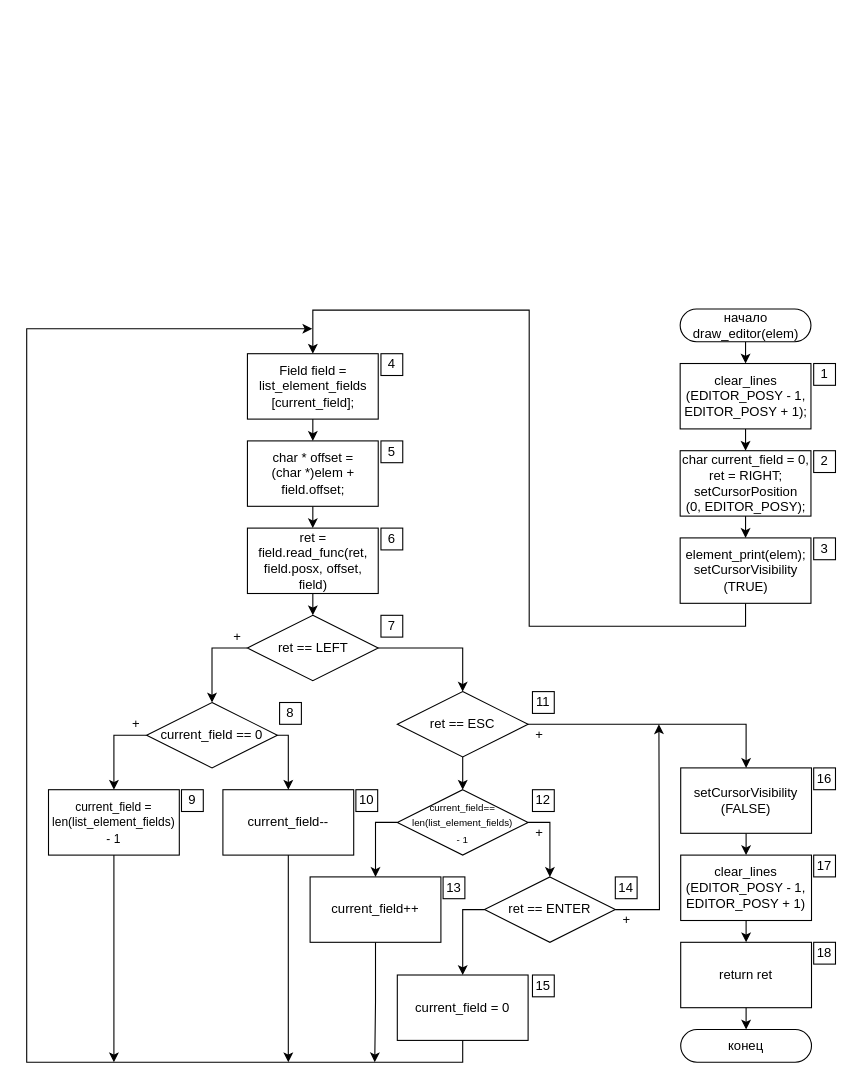
Above: ПЗ/Diagrams/draw_editor.drawio in Killfrra/AnP (draw.io), before the change. Source tidied: cells renumbered, new cells numbered last; positions are measured from the earlier drawing's top-left corner, leaving out a move shared by most shapes. Both pictures are drawn from the tidied source at 109%, with x=0, y=0 at pixel (26, 308).
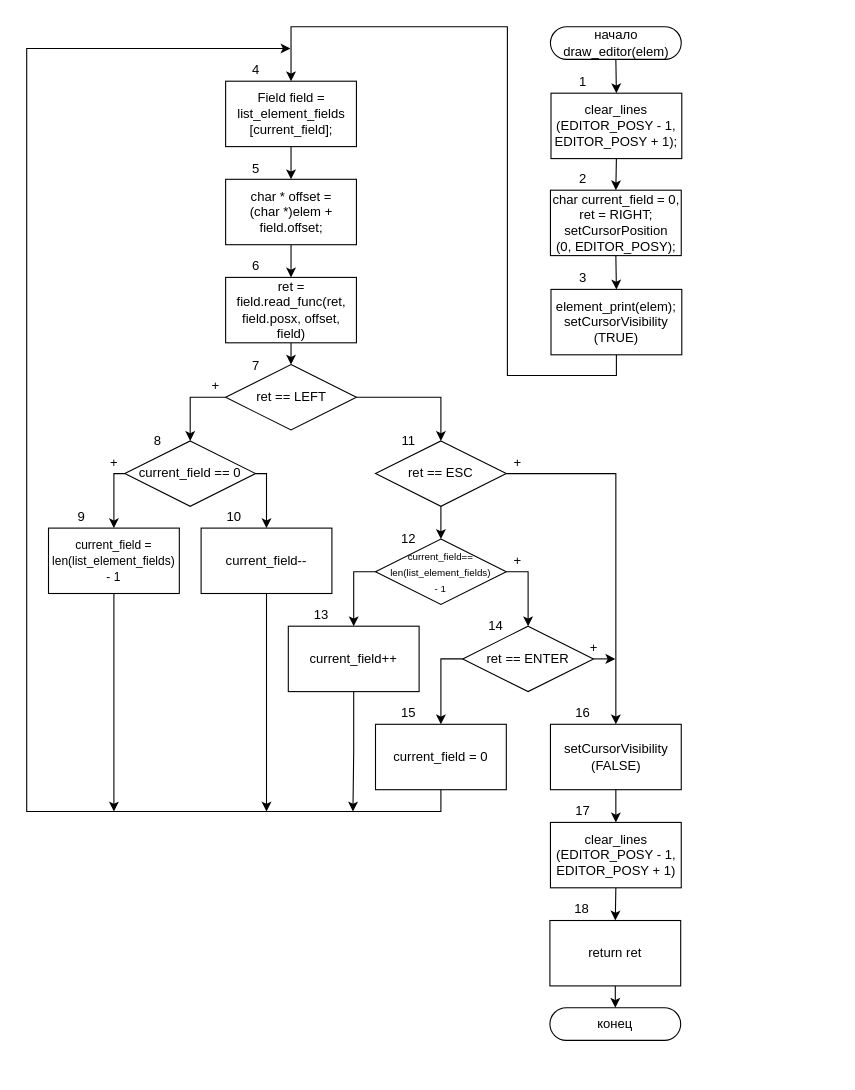
The same diagram, later.

The edit, as a diff of the source:
```diff
@@
     <mxCell id="3" value="начало&lt;br&gt;draw_editor(elem)" style="rounded=1;whiteSpace=wrap;html=1;arcSize=50;" parent="1" vertex="1">
-      <mxGeometry x="599.5" width="120" height="30" as="geometry" />
+      <mxGeometry x="480.5" y="-259" width="120" height="30" as="geometry" />
     </mxCell>
     <mxCell id="4" value="конец" style="rounded=1;whiteSpace=wrap;html=1;arcSize=50;" parent="1" vertex="1">
-      <mxGeometry x="600" y="661" width="120" height="30" as="geometry" />
+      <mxGeometry x="480" y="641" width="120" height="30" as="geometry" />
     </mxCell>
     <mxCell id="5" value="return ret" style="rounded=0;whiteSpace=wrap;html=1;" parent="1" vertex="1">
-      <mxGeometry x="600" y="581" width="120" height="60" as="geometry" />
+      <mxGeometry x="480" y="561" width="120" height="60" as="geometry" />
     </mxCell>
@@
     <mxCell id="8" value="setCursorVisibility&lt;br&gt;(FALSE)" style="rounded=0;whiteSpace=wrap;html=1;" parent="1" vertex="1">
-      <mxGeometry x="600" y="421" width="120" height="60" as="geometry" />
+      <mxGeometry x="480.5" y="381" width="120" height="60" as="geometry" />
     </mxCell>
     <mxCell id="9" value="ret == LEFT" style="rhombus;whiteSpace=wrap;html=1;rounded=0;" parent="1" vertex="1">
-      <mxGeometry x="202.5" y="281" width="120" height="60" as="geometry" />
+      <mxGeometry x="182.5" y="51" width="120" height="60" as="geometry" />
     </mxCell>
     <mxCell id="10" value="current_field == 0" style="rhombus;whiteSpace=wrap;html=1;rounded=0;" parent="1" vertex="1">
-      <mxGeometry x="110" y="361" width="120" height="60" as="geometry" />
+      <mxGeometry x="90" y="121" width="120" height="60" as="geometry" />
     </mxCell>
     <mxCell id="11" style="edgeStyle=orthogonalEdgeStyle;rounded=0;jettySize=auto;html=1;exitX=0.5;exitY=1;exitDx=0;exitDy=0;" parent="1" edge="1" source="12">
       <mxGeometry relative="1" as="geometry">
-        <mxPoint x="80" y="691" as="targetPoint" />
+        <mxPoint x="80" y="461" as="targetPoint" />
       </mxGeometry>
     </mxCell>
     <mxCell id="12" value="&lt;font style=&quot;font-size: 11px&quot;&gt;current_field = len(list_element_fields)&lt;br&gt;- 1&lt;/font&gt;" style="rounded=0;whiteSpace=wrap;html=1;" parent="1" vertex="1">
-      <mxGeometry x="20" y="441" width="120" height="60" as="geometry" />
+      <mxGeometry x="20" y="201" width="120" height="60" as="geometry" />
     </mxCell>
     <mxCell id="13" style="edgeStyle=orthogonalEdgeStyle;rounded=0;jettySize=auto;html=1;exitX=0.5;exitY=1;exitDx=0;exitDy=0;" parent="1" edge="1" source="14">
       <mxGeometry relative="1" as="geometry">
-        <mxPoint x="240" y="691" as="targetPoint" />
+        <mxPoint x="220" y="461" as="targetPoint" />
       </mxGeometry>
     </mxCell>
     <mxCell id="14" value="current_field--" style="rounded=0;whiteSpace=wrap;html=1;" parent="1" vertex="1">
-      <mxGeometry x="180" y="441" width="120" height="60" as="geometry" />
+      <mxGeometry x="160" y="201" width="120" height="60" as="geometry" />
     </mxCell>
     <mxCell id="15" style="edgeStyle=orthogonalEdgeStyle;rounded=0;jettySize=auto;html=1;exitX=0;exitY=0.5;exitDx=0;exitDy=0;entryX=0.5;entryY=0;entryDx=0;entryDy=0;" parent="1" edge="1" source="10" target="12">
       <mxGeometry relative="1" as="geometry">
         <Array as="points">
-          <mxPoint x="80" y="391" />
+          <mxPoint x="80" y="151" />
         </Array>
       </mxGeometry>
     </mxCell>
     <mxCell id="16" style="edgeStyle=orthogonalEdgeStyle;rounded=0;jettySize=auto;html=1;exitX=1;exitY=0.5;exitDx=0;exitDy=0;entryX=0.5;entryY=0;entryDx=0;entryDy=0;" parent="1" edge="1" source="10" target="14">
       <mxGeometry relative="1" as="geometry">
         <Array as="points">
-          <mxPoint x="240" y="391" />
+          <mxPoint x="220" y="151" />
         </Array>
       </mxGeometry>
     </mxCell>
@@
     <mxCell id="18" style="edgeStyle=orthogonalEdgeStyle;rounded=0;jettySize=auto;html=1;exitX=1;exitY=0.5;exitDx=0;exitDy=0;entryX=0.5;entryY=0;entryDx=0;entryDy=0;" parent="1" edge="1" source="19" target="8">
-      <mxGeometry relative="1" as="geometry">
-        <Array as="points">
-          <mxPoint x="660" y="381" />
-        </Array>
-      </mxGeometry>
+      <mxGeometry relative="1" as="geometry" />
     </mxCell>
     <mxCell id="19" value="ret == ESC" style="rhombus;whiteSpace=wrap;html=1;rounded=0;" parent="1" vertex="1">
-      <mxGeometry x="340" y="351" width="120" height="60" as="geometry" />
+      <mxGeometry x="320" y="121" width="120" height="60" as="geometry" />
     </mxCell>
@@
     <mxCell id="21" style="edgeStyle=orthogonalEdgeStyle;rounded=0;jettySize=auto;html=1;exitX=0;exitY=0.5;exitDx=0;exitDy=0;entryX=0.5;entryY=0;entryDx=0;entryDy=0;" parent="1" edge="1" source="22" target="30">
       <mxGeometry relative="1" as="geometry">
         <Array as="points">
-          <mxPoint x="320" y="471" />
+          <mxPoint x="300" y="241" />
         </Array>
       </mxGeometry>
     </mxCell>
     <mxCell id="22" value="&lt;font style=&quot;font-size: 9px&quot;&gt;current_field== len(list_element_fields)&lt;br&gt;- 1&lt;/font&gt;" style="rhombus;whiteSpace=wrap;html=1;rounded=0;" parent="1" vertex="1">
-      <mxGeometry x="340" y="441" width="120" height="60" as="geometry" />
+      <mxGeometry x="320" y="211" width="120" height="60" as="geometry" />
     </mxCell>
@@
-    <mxCell id="24" style="edgeStyle=orthogonalEdgeStyle;rounded=0;jettySize=auto;html=1;exitX=1;exitY=0.5;exitDx=0;exitDy=0;" parent="1" edge="1" source="25">
-      <mxGeometry relative="1" as="geometry">
-        <mxPoint x="580" y="381" as="targetPoint" />
-      </mxGeometry>
-    </mxCell>
+    <mxCell id="71" style="edgeStyle=orthogonalEdgeStyle;rounded=0;jettySize=auto;html=1;exitX=1;exitY=0.5;exitDx=0;exitDy=0;" parent="1" edge="1" source="25">
+      <mxGeometry relative="1" as="geometry">
+        <mxPoint x="540" y="321" as="targetPoint" />
+      </mxGeometry>
+    </mxCell>
     <mxCell id="25" value="ret == ENTER" style="rhombus;whiteSpace=wrap;html=1;rounded=0;" parent="1" vertex="1">
-      <mxGeometry x="420" y="521" width="120" height="60" as="geometry" />
+      <mxGeometry x="400" y="291" width="120" height="60" as="geometry" />
     </mxCell>
     <mxCell id="26" style="edgeStyle=orthogonalEdgeStyle;rounded=0;jettySize=auto;html=1;exitX=0.5;exitY=1;exitDx=0;exitDy=0;" parent="1" edge="1" source="27">
       <mxGeometry relative="1" as="geometry">
-        <mxPoint x="262" y="18.1" as="targetPoint" />
+        <mxPoint x="242" y="-239" as="targetPoint" />
         <Array as="points">
-          <mxPoint x="400" y="691" />
-          <mxPoint y="691" />
-          <mxPoint y="18" />
+          <mxPoint x="380" y="461" />
+          <mxPoint y="461" />
+          <mxPoint y="-239" />
         </Array>
       </mxGeometry>
     </mxCell>
     <mxCell id="27" value="current_field = 0" style="rounded=0;whiteSpace=wrap;html=1;" parent="1" vertex="1">
-      <mxGeometry x="340" y="611" width="120" height="60" as="geometry" />
+      <mxGeometry x="320" y="381" width="120" height="60" as="geometry" />
     </mxCell>
@@
     <mxCell id="29" style="edgeStyle=orthogonalEdgeStyle;rounded=0;jettySize=auto;html=1;exitX=0.5;exitY=1;exitDx=0;exitDy=0;" parent="1" edge="1" source="30">
       <mxGeometry relative="1" as="geometry">
-        <mxPoint x="319.3" y="691" as="targetPoint" />
+        <mxPoint x="299.3" y="461" as="targetPoint" />
       </mxGeometry>
     </mxCell>
     <mxCell id="30" value="current_field++" style="rounded=0;whiteSpace=wrap;html=1;" parent="1" vertex="1">
-      <mxGeometry x="260" y="521" width="120" height="60" as="geometry" />
+      <mxGeometry x="240" y="291" width="120" height="60" as="geometry" />
     </mxCell>
@@
     <mxCell id="34" style="edgeStyle=orthogonalEdgeStyle;rounded=0;jettySize=auto;html=1;exitX=0.5;exitY=1;exitDx=0;exitDy=0;entryX=0.5;entryY=0;entryDx=0;entryDy=0;" parent="1" edge="1" target="9">
       <mxGeometry relative="1" as="geometry">
-        <mxPoint x="262.5" y="261" as="sourcePoint" />
+        <mxPoint x="242.5" y="31" as="sourcePoint" />
       </mxGeometry>
     </mxCell>
@@
     <mxCell id="36" value="char current_field = 0,&lt;br&gt;ret = RIGHT;&lt;br&gt;setCursorPosition&lt;br&gt;(0, EDITOR_POSY);" style="rounded=0;whiteSpace=wrap;html=1;" parent="1" vertex="1">
-      <mxGeometry x="599.5" y="130" width="120" height="60" as="geometry" />
+      <mxGeometry x="480.5" y="-109" width="120" height="60" as="geometry" />
     </mxCell>
@@
     <mxCell id="38" value="clear_lines&lt;br&gt;(EDITOR_POSY - 1, EDITOR_POSY + 1);" style="rounded=0;whiteSpace=wrap;html=1;" parent="1" vertex="1">
-      <mxGeometry x="599.5" y="50" width="120" height="60" as="geometry" />
+      <mxGeometry x="481" y="-198" width="120" height="60" as="geometry" />
     </mxCell>
     <mxCell id="39" style="edgeStyle=orthogonalEdgeStyle;rounded=0;jettySize=auto;html=1;exitX=0.5;exitY=1;exitDx=0;exitDy=0;entryX=0.5;entryY=0;entryDx=0;entryDy=0;" parent="1" edge="1" source="40" target="42">
       <mxGeometry relative="1" as="geometry">
         <Array as="points">
-          <mxPoint x="660" y="291" />
-          <mxPoint x="461" y="291" />
-          <mxPoint x="461" y="1" />
-          <mxPoint x="263" y="1" />
+          <mxPoint x="541" y="61" />
+          <mxPoint x="441" y="61" />
+          <mxPoint x="441" y="-259" />
+          <mxPoint x="242" y="-259" />
         </Array>
       </mxGeometry>
     </mxCell>
     <mxCell id="40" value="element_print(elem);&lt;br&gt;setCursorVisibility&lt;br&gt;(TRUE)" style="rounded=0;whiteSpace=wrap;html=1;" parent="1" vertex="1">
-      <mxGeometry x="599.5" y="210" width="120" height="60" as="geometry" />
+      <mxGeometry x="481" y="-18" width="120" height="60" as="geometry" />
     </mxCell>
@@
     <mxCell id="42" value="Field field = list_element_fields&lt;br&gt;[current_field];" style="rounded=0;whiteSpace=wrap;html=1;" parent="1" vertex="1">
-      <mxGeometry x="202.5" y="41" width="120" height="60" as="geometry" />
+      <mxGeometry x="182.5" y="-209" width="120" height="60" as="geometry" />
     </mxCell>
@@
     <mxCell id="44" value="char * offset =&lt;br&gt;(char *)elem + field.offset;" style="rounded=0;whiteSpace=wrap;html=1;" parent="1" vertex="1">
-      <mxGeometry x="202.5" y="121" width="120" height="60" as="geometry" />
+      <mxGeometry x="182.5" y="-119" width="120" height="60" as="geometry" />
     </mxCell>
     <mxCell id="45" value="ret = field.read_func(ret, field.posx, offset, field)" style="rounded=0;whiteSpace=wrap;html=1;" parent="1" vertex="1">
-      <mxGeometry x="202.5" y="201" width="120" height="60" as="geometry" />
+      <mxGeometry x="182.5" y="-29" width="120" height="60" as="geometry" />
     </mxCell>
     <mxCell id="46" value="+" style="text;html=1;align=center;verticalAlign=middle;" parent="1" vertex="1">
-      <mxGeometry x="460" y="471" width="20" height="20" as="geometry" />
+      <mxGeometry x="440" y="221" width="20" height="20" as="geometry" />
     </mxCell>
     <mxCell id="47" value="+" style="text;html=1;align=center;verticalAlign=middle;" parent="1" vertex="1">
-      <mxGeometry x="540" y="551" width="20" height="20" as="geometry" />
+      <mxGeometry x="510" y="301" width="20" height="20" as="geometry" />
     </mxCell>
     <mxCell id="48" value="+" style="text;html=1;align=center;verticalAlign=middle;" parent="1" vertex="1">
-      <mxGeometry x="460" y="381" width="20" height="20" as="geometry" />
+      <mxGeometry x="440" y="131" width="20" height="20" as="geometry" />
     </mxCell>
     <mxCell id="49" value="+" style="text;html=1;align=center;verticalAlign=middle;" parent="1" vertex="1">
-      <mxGeometry x="90" y="371" width="20" height="20" as="geometry" />
+      <mxGeometry x="70" y="131" width="20" height="20" as="geometry" />
     </mxCell>
     <mxCell id="50" value="+" style="text;html=1;align=center;verticalAlign=middle;" parent="1" vertex="1">
-      <mxGeometry x="183" y="291" width="20" height="20" as="geometry" />
+      <mxGeometry x="163" y="61" width="20" height="20" as="geometry" />
     </mxCell>
@@
     <mxCell id="52" value="clear_lines&lt;br&gt;(EDITOR_POSY - 1, EDITOR_POSY + 1)" style="rounded=0;whiteSpace=wrap;html=1;" parent="1" vertex="1">
-      <mxGeometry x="600" y="501" width="120" height="60" as="geometry" />
+      <mxGeometry x="480.5" y="471" width="120" height="60" as="geometry" />
     </mxCell>
-    <mxCell id="53" value="1" style="whiteSpace=wrap;html=1;" parent="1" vertex="1">
-      <mxGeometry x="722" y="50" width="20" height="20" as="geometry" />
+    <mxCell id="53" value="1" style="text;html=1;align=center;verticalAlign=middle;" parent="1" vertex="1">
+      <mxGeometry x="500" y="-218" width="20" height="20" as="geometry" />
     </mxCell>
-    <mxCell id="54" value="2" style="whiteSpace=wrap;html=1;" parent="1" vertex="1">
-      <mxGeometry x="722" y="130" width="20" height="20" as="geometry" />
+    <mxCell id="54" value="2" style="text;html=1;align=center;verticalAlign=middle;" parent="1" vertex="1">
+      <mxGeometry x="500" y="-129" width="20" height="20" as="geometry" />
     </mxCell>
-    <mxCell id="55" value="3" style="whiteSpace=wrap;html=1;" parent="1" vertex="1">
-      <mxGeometry x="722" y="210" width="20" height="20" as="geometry" />
+    <mxCell id="55" value="3" style="text;html=1;align=center;verticalAlign=middle;" parent="1" vertex="1">
+      <mxGeometry x="500" y="-38" width="20" height="20" as="geometry" />
     </mxCell>
-    <mxCell id="56" value="4" style="whiteSpace=wrap;html=1;" parent="1" vertex="1">
-      <mxGeometry x="325" y="41" width="20" height="20" as="geometry" />
+    <mxCell id="56" value="4" style="text;html=1;align=center;verticalAlign=middle;" parent="1" vertex="1">
+      <mxGeometry x="200" y="-229" width="20" height="20" as="geometry" />
     </mxCell>
-    <mxCell id="57" value="5" style="whiteSpace=wrap;html=1;" parent="1" vertex="1">
-      <mxGeometry x="325" y="121" width="20" height="20" as="geometry" />
+    <mxCell id="57" value="5" style="text;html=1;align=center;verticalAlign=middle;" parent="1" vertex="1">
+      <mxGeometry x="200" y="-138" width="20" height="20" as="geometry" />
     </mxCell>
-    <mxCell id="58" value="6" style="whiteSpace=wrap;html=1;" parent="1" vertex="1">
-      <mxGeometry x="325" y="201" width="20" height="20" as="geometry" />
+    <mxCell id="58" value="6" style="text;html=1;align=center;verticalAlign=middle;" parent="1" vertex="1">
+      <mxGeometry x="200" y="-49" width="20" height="20" as="geometry" />
     </mxCell>
-    <mxCell id="59" value="7" style="whiteSpace=wrap;html=1;" parent="1" vertex="1">
-      <mxGeometry x="325" y="281" width="20" height="20" as="geometry" />
+    <mxCell id="59" value="7" style="text;html=1;align=center;verticalAlign=middle;" parent="1" vertex="1">
+      <mxGeometry x="200" y="42" width="20" height="20" as="geometry" />
     </mxCell>
+    <mxCell id="70" value="8" style="text;html=1;align=center;verticalAlign=middle;" parent="1" vertex="1">
+      <mxGeometry x="110" y="111" width="20" height="20" as="geometry" />
+    </mxCell>
+    <mxCell id="66" value="9" style="text;html=1;align=center;verticalAlign=middle;" parent="1" vertex="1">
+      <mxGeometry x="40" y="181" width="20" height="20" as="geometry" />
+    </mxCell>
+    <mxCell id="65" value="10" style="text;html=1;align=center;verticalAlign=middle;" parent="1" vertex="1">
+      <mxGeometry x="175" y="181" width="30" height="20" as="geometry" />
+    </mxCell>
-    <mxCell id="60" value="11" style="whiteSpace=wrap;html=1;" parent="1" vertex="1">
-      <mxGeometry x="464" y="351" width="20" height="20" as="geometry" />
+    <mxCell id="60" value="11" style="text;html=1;align=center;verticalAlign=middle;" parent="1" vertex="1">
+      <mxGeometry x="335" y="111" width="30" height="20" as="geometry" />
     </mxCell>
-    <mxCell id="61" value="12" style="whiteSpace=wrap;html=1;" parent="1" vertex="1">
-      <mxGeometry x="464" y="441" width="20" height="20" as="geometry" />
+    <mxCell id="61" value="12" style="text;html=1;align=center;verticalAlign=middle;" parent="1" vertex="1">
+      <mxGeometry x="335" y="201" width="30" height="20" as="geometry" />
     </mxCell>
+    <mxCell id="64" value="13" style="text;html=1;align=center;verticalAlign=middle;" parent="1" vertex="1">
+      <mxGeometry x="255" y="271" width="30" height="20" as="geometry" />
+    </mxCell>
+    <mxCell id="63" value="15" style="text;html=1;align=center;verticalAlign=middle;" parent="1" vertex="1">
+      <mxGeometry x="335" y="361" width="30" height="20" as="geometry" />
+    </mxCell>
-    <mxCell id="62" value="14" style="whiteSpace=wrap;html=1;" parent="1" vertex="1">
-      <mxGeometry x="540" y="521" width="20" height="20" as="geometry" />
+    <mxCell id="62" value="14" style="text;html=1;align=center;verticalAlign=middle;" parent="1" vertex="1">
+      <mxGeometry x="415" y="281" width="30" height="20" as="geometry" />
     </mxCell>
-    <mxCell id="63" value="15" style="whiteSpace=wrap;html=1;" parent="1" vertex="1">
-      <mxGeometry x="464" y="611" width="20" height="20" as="geometry" />
-    </mxCell>
-    <mxCell id="64" value="13" style="whiteSpace=wrap;html=1;" parent="1" vertex="1">
-      <mxGeometry x="382" y="521" width="20" height="20" as="geometry" />
-    </mxCell>
-    <mxCell id="65" value="10" style="whiteSpace=wrap;html=1;" parent="1" vertex="1">
-      <mxGeometry x="302" y="441" width="20" height="20" as="geometry" />
-    </mxCell>
-    <mxCell id="66" value="9" style="whiteSpace=wrap;html=1;" parent="1" vertex="1">
-      <mxGeometry x="142" y="441" width="20" height="20" as="geometry" />
-    </mxCell>
-    <mxCell id="67" value="16" style="whiteSpace=wrap;html=1;" parent="1" vertex="1">
-      <mxGeometry x="722" y="421" width="20" height="20" as="geometry" />
+    <mxCell id="67" value="16" style="text;html=1;align=center;verticalAlign=middle;" parent="1" vertex="1">
+      <mxGeometry x="495" y="361" width="30" height="20" as="geometry" />
     </mxCell>
-    <mxCell id="68" value="17" style="whiteSpace=wrap;html=1;" parent="1" vertex="1">
-      <mxGeometry x="722" y="501" width="20" height="20" as="geometry" />
+    <mxCell id="68" value="17" style="text;html=1;align=center;verticalAlign=middle;" parent="1" vertex="1">
+      <mxGeometry x="495" y="451" width="30" height="20" as="geometry" />
     </mxCell>
-    <mxCell id="69" value="18" style="whiteSpace=wrap;html=1;" parent="1" vertex="1">
-      <mxGeometry x="722" y="581" width="20" height="20" as="geometry" />
+    <mxCell id="69" value="18" style="text;html=1;align=center;verticalAlign=middle;" parent="1" vertex="1">
+      <mxGeometry x="494" y="541" width="30" height="20" as="geometry" />
     </mxCell>
-    <mxCell id="70" value="8" style="whiteSpace=wrap;html=1;" parent="1" vertex="1">
-      <mxGeometry x="232" y="361" width="20" height="20" as="geometry" />
-    </mxCell>
```
